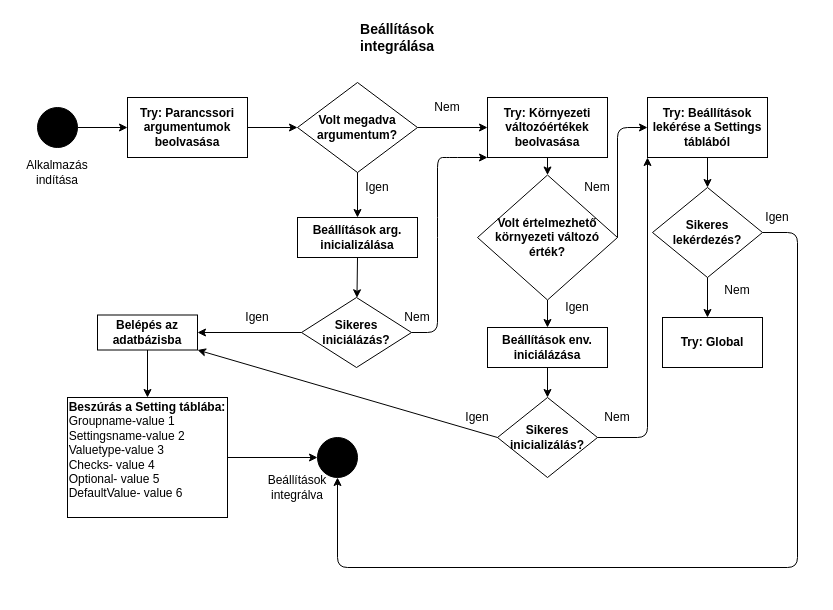
Above: Settings_integration.drawio in HabanAndras/Gepi-latas (draw.io), before the change. Source tidied: cells renumbered, new cells numbered last; positions are measured from the earlier drawing's top-left corner, leaving out a move shared by most shapes. Both pictures are drawn from the tidied source at 100%, with x=0, y=0 at pixel (17, 17).
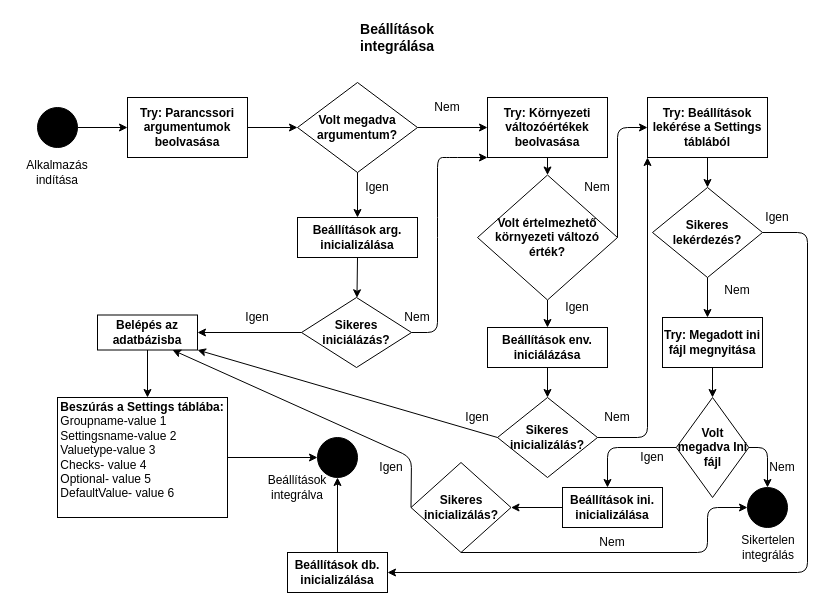
The same page after the edit.

Unchanged cells that the change refers to:
```xml
<mxCell id="16" value="&lt;b&gt;Belépés az adatbázisba&lt;/b&gt;" style="rounded=0;whiteSpace=wrap;html=1;fillColor=#FFFFFF;" parent="1" vertex="1">
  <mxGeometry x="80" y="297.5" width="100" height="35" as="geometry" />
</mxCell>
<mxCell id="20" style="ellipse;whiteSpace=wrap;html=1;fillColor=#000000;" parent="1" vertex="1">
  <mxGeometry x="300" y="420" width="40" height="40" as="geometry" />
</mxCell>
<mxCell id="41" value="&lt;b&gt;Sikeres lekérdezés?&lt;br&gt;&lt;/b&gt;" style="rhombus;whiteSpace=wrap;html=1;fillColor=#FFFFFF;" parent="1" vertex="1">
  <mxGeometry x="635" y="170" width="110" height="90" as="geometry" />
</mxCell>
```

The edit, as a diff of the source:
```diff
@@
-    <mxCell id="18" value="&lt;div&gt;&lt;b&gt;Beszúrás a Setting táblába:&lt;/b&gt;&lt;/div&gt;&lt;div align=&quot;left&quot;&gt;Groupname-value 1&lt;/div&gt;&lt;div align=&quot;left&quot;&gt;Settingsname-value 2&lt;/div&gt;&lt;div align=&quot;left&quot;&gt;Valuetype-value 3&lt;/div&gt;&lt;div align=&quot;left&quot;&gt;Checks- value 4&lt;/div&gt;&lt;div align=&quot;left&quot;&gt;Optional- value 5&lt;/div&gt;&lt;div align=&quot;left&quot;&gt;DefaultValue- value 6&lt;br&gt;&lt;/div&gt;&lt;div align=&quot;left&quot;&gt;&lt;br&gt;&lt;/div&gt;" style="rounded=0;whiteSpace=wrap;html=1;fillColor=#FFFFFF;" parent="1" vertex="1">
-      <mxGeometry x="50" y="380" width="160" height="120" as="geometry" />
+    <mxCell id="18" value="&lt;div&gt;&lt;b&gt;Beszúrás a Settings táblába:&lt;/b&gt;&lt;/div&gt;&lt;div align=&quot;left&quot;&gt;Groupname-value 1&lt;/div&gt;&lt;div align=&quot;left&quot;&gt;Settingsname-value 2&lt;/div&gt;&lt;div align=&quot;left&quot;&gt;Valuetype-value 3&lt;/div&gt;&lt;div align=&quot;left&quot;&gt;Checks- value 4&lt;/div&gt;&lt;div align=&quot;left&quot;&gt;Optional- value 5&lt;/div&gt;&lt;div align=&quot;left&quot;&gt;DefaultValue- value 6&lt;br&gt;&lt;/div&gt;&lt;div align=&quot;left&quot;&gt;&lt;br&gt;&lt;/div&gt;" style="rounded=0;whiteSpace=wrap;html=1;fillColor=#FFFFFF;" parent="1" vertex="1">
+      <mxGeometry x="40" y="380" width="170" height="120" as="geometry" />
     </mxCell>
@@
-    <mxCell id="45" style="endArrow=classic;html=1;exitX=1;exitY=0.5;exitDx=0;exitDy=0;entryX=0.5;entryY=1;entryDx=0;entryDy=0;" parent="1" edge="1" source="41" target="20">
-      <mxGeometry relative="1" as="geometry">
-        <Array as="points">
-          <mxPoint x="780" y="215" />
-          <mxPoint x="780" y="550" />
-          <mxPoint x="320" y="550" />
-        </Array>
-      </mxGeometry>
-    </mxCell>
@@
-    <mxCell id="47" value="&lt;b&gt;Try: Global&lt;br&gt;&lt;/b&gt;" style="rounded=0;whiteSpace=wrap;html=1;fillColor=#FFFFFF;" parent="1" vertex="1">
+    <mxCell id="47" value="&lt;b&gt;Try: Megadott ini fájl megnyitása&lt;br&gt;&lt;/b&gt;" style="rounded=0;whiteSpace=wrap;html=1;fillColor=#FFFFFF;" parent="1" vertex="1">
       <mxGeometry x="645" y="300" width="100" height="50" as="geometry" />
     </mxCell>
+    <mxCell id="48" style="endArrow=classic;html=1;exitX=0.5;exitY=1;exitDx=0;exitDy=0;" parent="1" edge="1" source="47">
+      <mxGeometry relative="1" as="geometry">
+        <mxPoint x="695" y="380" as="targetPoint" />
+      </mxGeometry>
+    </mxCell>
+    <mxCell id="49" value="&lt;b&gt;Volt megadva Ini fájl&lt;br&gt;&lt;/b&gt;" style="rhombus;whiteSpace=wrap;html=1;fillColor=#FFFFFF;" parent="1" vertex="1">
+      <mxGeometry x="658.8" y="380" width="72.5" height="100" as="geometry" />
+    </mxCell>
+    <mxCell id="50" style="ellipse;whiteSpace=wrap;html=1;fillColor=#000000;" parent="1" vertex="1">
+      <mxGeometry x="730" y="470" width="40" height="40" as="geometry" />
+    </mxCell>
+    <mxCell id="51" value="Sikertelen integrálás" style="text;html=1;strokeColor=none;fillColor=none;align=center;verticalAlign=middle;whiteSpace=wrap;rounded=0;" parent="1" vertex="1">
+      <mxGeometry x="731.2" y="520" width="40" height="20" as="geometry" />
+    </mxCell>
+    <mxCell id="52" value="Nem" style="text;html=1;strokeColor=none;fillColor=none;align=center;verticalAlign=middle;whiteSpace=wrap;rounded=0;" parent="1" vertex="1">
+      <mxGeometry x="745" y="440" width="40" height="20" as="geometry" />
+    </mxCell>
+    <mxCell id="53" value="&lt;b&gt;Beállítások ini. inicializálása&lt;br&gt;&lt;/b&gt;" style="rounded=0;whiteSpace=wrap;html=1;fillColor=#FFFFFF;" parent="1" vertex="1">
+      <mxGeometry x="545" y="470" width="100" height="40" as="geometry" />
+    </mxCell>
+    <mxCell id="54" value="&lt;b&gt;Sikeres inicializálás?&lt;br&gt;&lt;/b&gt;" style="rhombus;whiteSpace=wrap;html=1;fillColor=#FFFFFF;" parent="1" vertex="1">
+      <mxGeometry x="393.5" y="445" width="100" height="90" as="geometry" />
+    </mxCell>
+    <mxCell id="55" style="endArrow=classic;html=1;exitX=1;exitY=0.5;exitDx=0;exitDy=0;entryX=0.5;entryY=0;entryDx=0;entryDy=0;" parent="1" edge="1" source="49" target="50">
+      <mxGeometry relative="1" as="geometry">
+        <Array as="points">
+          <mxPoint x="750" y="430" />
+        </Array>
+      </mxGeometry>
+    </mxCell>
+    <mxCell id="56" value="Nem" style="text;html=1;strokeColor=none;fillColor=none;align=center;verticalAlign=middle;whiteSpace=wrap;rounded=0;" parent="1" vertex="1">
+      <mxGeometry x="575" y="515" width="40" height="20" as="geometry" />
+    </mxCell>
+    <mxCell id="57" style="endArrow=classic;html=1;exitX=0;exitY=0.5;exitDx=0;exitDy=0;entryX=0.75;entryY=1;entryDx=0;entryDy=0;" parent="1" edge="1" source="54" target="16">
+      <mxGeometry relative="1" as="geometry">
+        <Array as="points">
+          <mxPoint x="394" y="440" />
+        </Array>
+      </mxGeometry>
+    </mxCell>
+    <mxCell id="58" value="Igen" style="text;html=1;strokeColor=none;fillColor=none;align=center;verticalAlign=middle;whiteSpace=wrap;rounded=0;" parent="1" vertex="1">
+      <mxGeometry x="354" y="440" width="40" height="20" as="geometry" />
+    </mxCell>
+    <mxCell id="59" style="endArrow=classic;html=1;exitX=0;exitY=0.5;exitDx=0;exitDy=0;entryX=1;entryY=0.5;entryDx=0;entryDy=0;" parent="1" edge="1" source="53" target="54">
+      <mxGeometry relative="1" as="geometry" />
+    </mxCell>
+    <mxCell id="60" style="endArrow=classic;html=1;exitX=0.5;exitY=1;exitDx=0;exitDy=0;entryX=0;entryY=0.5;entryDx=0;entryDy=0;" parent="1" edge="1" source="54" target="50">
+      <mxGeometry relative="1" as="geometry">
+        <Array as="points">
+          <mxPoint x="690" y="535" />
+          <mxPoint x="690" y="490" />
+        </Array>
+      </mxGeometry>
+    </mxCell>
+    <mxCell id="61" style="endArrow=classic;html=1;exitX=0;exitY=0.5;exitDx=0;exitDy=0;" parent="1" edge="1" source="49">
+      <mxGeometry relative="1" as="geometry">
+        <mxPoint x="590" y="470" as="targetPoint" />
+        <Array as="points">
+          <mxPoint x="590" y="430" />
+        </Array>
+      </mxGeometry>
+    </mxCell>
+    <mxCell id="62" value="Igen" style="text;html=1;strokeColor=none;fillColor=none;align=center;verticalAlign=middle;whiteSpace=wrap;rounded=0;" parent="1" vertex="1">
+      <mxGeometry x="615" y="430" width="40" height="20" as="geometry" />
+    </mxCell>
+    <mxCell id="63" value="&lt;b&gt;Beállítások db. inicializálása&lt;br&gt;&lt;/b&gt;" style="rounded=0;whiteSpace=wrap;html=1;fillColor=#FFFFFF;" parent="1" vertex="1">
+      <mxGeometry x="270" y="535" width="100" height="40" as="geometry" />
+    </mxCell>
+    <mxCell id="64" style="endArrow=classic;html=1;exitX=0.5;exitY=0;exitDx=0;exitDy=0;entryX=0.5;entryY=1;entryDx=0;entryDy=0;" parent="1" edge="1" source="63" target="20">
+      <mxGeometry relative="1" as="geometry" />
+    </mxCell>
+    <mxCell id="65" style="endArrow=classic;html=1;exitX=1;exitY=0.5;exitDx=0;exitDy=0;entryX=1;entryY=0.5;entryDx=0;entryDy=0;" parent="1" edge="1" source="41" target="63">
+      <mxGeometry relative="1" as="geometry">
+        <Array as="points">
+          <mxPoint x="790" y="215" />
+          <mxPoint x="790" y="555" />
+        </Array>
+      </mxGeometry>
+    </mxCell>
```
